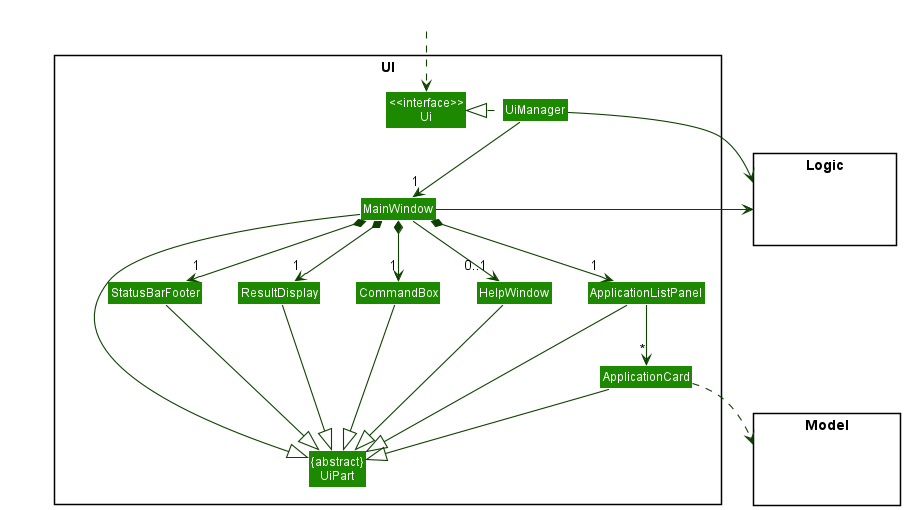
Earlier version of the PlantUML export docs/images/UiClassDiagram.png (yongler/tp). Its source is kept beside it as docs/diagrams/UiClassDiagram.puml.
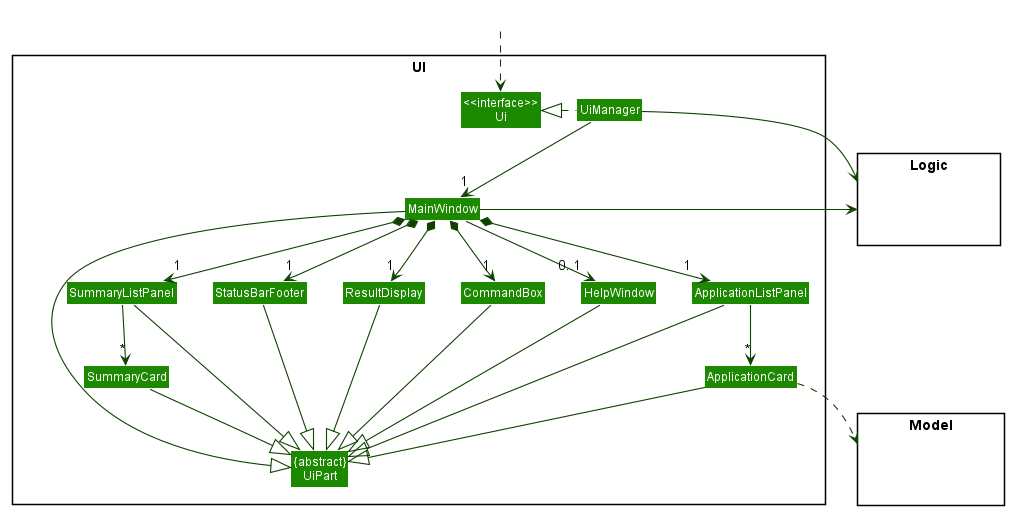
After the commit.

Diff of the diagram source:
```diff
@@ -15,6 +15,8 @@
 Class ApplicationCard
 Class StatusBarFooter
 Class CommandBox
+Class SummaryListPanel
+Class SummaryCard
 }
 
 package Model <<Rectangle>> {
@@ -34,9 +36,11 @@
 MainWindow *-down-> "1" ResultDisplay
 MainWindow *-down-> "1" ApplicationListPanel
 MainWindow *-down-> "1" StatusBarFooter
+MainWindow *-down-> "1" SummaryListPanel
 MainWindow --> "0..1" HelpWindow
 
 ApplicationListPanel -down-> "*" ApplicationCard
+SummaryListPanel -down-> "*" SummaryCard
 
 MainWindow -left-|> UiPart
 
@@ -44,6 +48,8 @@
 CommandBox --|> UiPart
 ApplicationListPanel --|> UiPart
 ApplicationCard --|> UiPart
+SummaryListPanel --|> UiPart
+SummaryCard --|> UiPart
 StatusBarFooter --|> UiPart
 HelpWindow --|> UiPart
 
@@ -55,6 +61,7 @@
 HelpWindow -[hidden]left- CommandBox
 CommandBox -[hidden]left- ResultDisplay
 ResultDisplay -[hidden]left- StatusBarFooter
+SummaryListPanel -[hidden]right- StatusBarFooter
 
 MainWindow -[hidden]-|> UiPart
 @enduml
```
